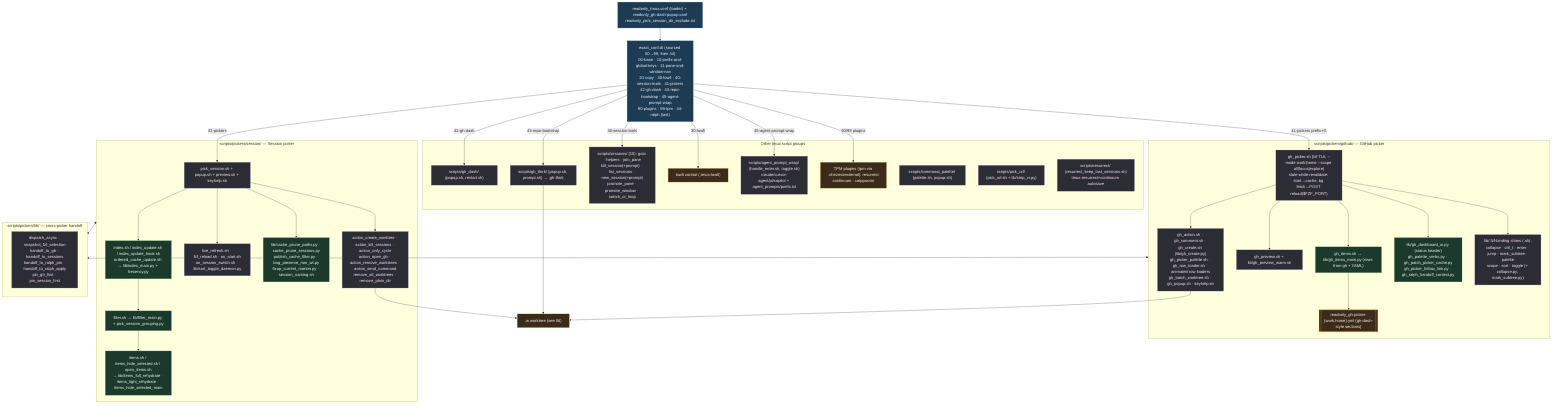
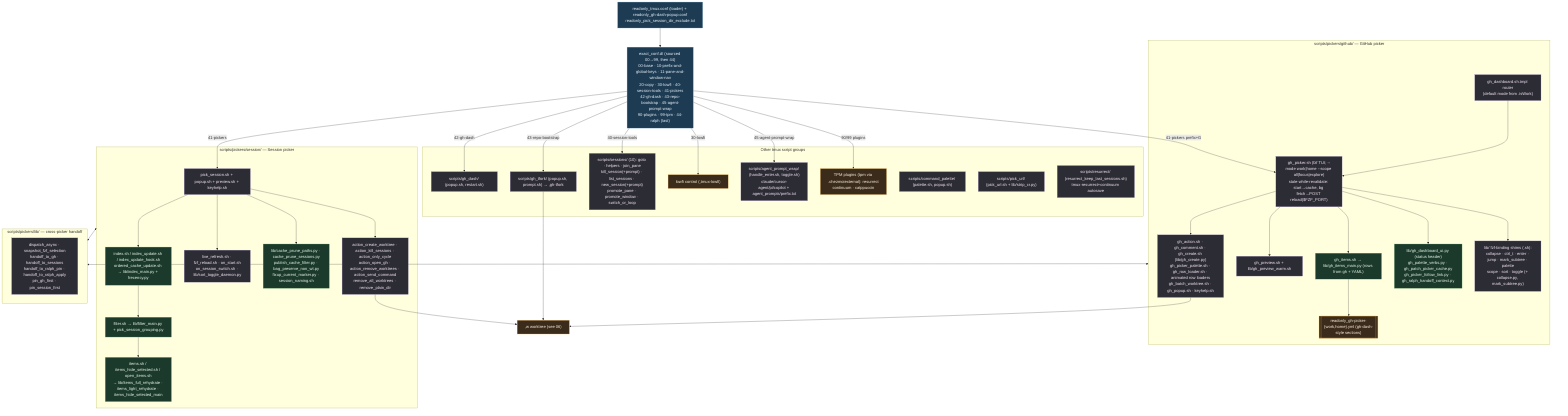
%% ============================================================================
- %% 05-tmux-pickers.mmd — Every file under home/dot_config/exact_tmux/ (118).
+ %% 05-tmux-pickers.mmd — Every file under home/dot_config/exact_tmux/ (119).
%% Loader sources conf.d/* in numeric order; scripts/ holds all integrations.
%% Deployed to ~/.config/tmux/. Prefix = C-Space.
%% ============================================================================
flowchart TD
    classDef conf fill:#1d3b53,stroke:#7fb3d5,color:#eaf2f8;
    classDef sh fill:#2c2c34,stroke:#b39ddb,color:#f3e5f5;
    classDef py fill:#1b3a2b,stroke:#81c784,color:#e8f5e9;
    classDef data fill:#3a2b1b,stroke:#ffb74d,color:#fff3e0;

    LOADER["readonly_tmux.conf (loader) + readonly_gh-dash-popup.conf<br/>readonly_pick_session_dir_exclude.txt"]:::conf
    LOADER --> CONFD["exact_conf.d/ (sourced 00→99, then 44)<br/>00-base · 10-prefix-and-global-keys · 11-pane-and-window-nav<br/>20-copy · 30-lowfi · 40-session-tools · 41-pickers<br/>42-gh-dash · 43-repo-bootstrap · 45-agent-prompt-wrap<br/>90-plugins · 99-tpm · 44-ralph (last)"]:::conf

    CONFD -->|41-pickers prefix+G| GHP
    CONFD -->|41-pickers| SESS
    CONFD -->|42-gh-dash| GHDASH
    CONFD -->|43-repo-bootstrap| TFORK
    CONFD -->|40-session-tools| SESSIONS
    CONFD -->|30-lowfi| LOWFI
    CONFD -->|45-agent-prompt-wrap| APW
    CONFD -->|90/99 plugins| PLUGINS

    subgraph GH["scripts/pickers/github/ — GitHub picker"]
+         GHROUTER["gh_dashboard.sh.tmpl router<br/>(default mode from .isWork)"]:::sh
        GHP["gh_picker.sh (fzf TUI; --mode work|home --scope all|focus|explore)<br/>stale-while-revalidate: start→cache, bg fetch→POST reload($FZF_PORT)"]:::sh
        GHITEMS["gh_items.sh → lib/gh_items_main.py (rows from gh + YAML)"]:::py
        GHCFG[["readonly_gh-picker-{work,home}.yml (gh-dash-style sections)"]]:::data
        GHPREV["gh_preview.sh + lib/gh_preview_warm.sh"]:::sh
        GHACT["gh_action.sh · gh_comment.sh · gh_create.sh (lib/gh_create.py)<br/>gh_picker_palette.sh · gh_row_loader.sh · animated row loaders<br/>gh_batch_worktree.sh · gh_popup.sh · keyhelp.sh"]:::sh
        GHUI["lib/gh_dashboard_ui.py (status header)<br/>gh_palette_verbs.py · gh_patch_picker_cache.py<br/>gh_picker_follow_link.py · gh_ralph_handoff_context.py"]:::py
        GHBIND["lib/ fzf-binding shims (.sh):<br/>collapse · ctrl_t · enter · jump · mark_subtree · palette<br/>scope · sort · toggle (+ collapse.py, mark_subtree.py)"]:::sh
-         GHP --> GHITEMS --> GHCFG
+         GHROUTER --> GHP --> GHITEMS --> GHCFG
        GHP --> GHPREV & GHACT & GHUI & GHBIND
    end

    subgraph SE["scripts/pickers/session/ — Session picker"]
        SESS["pick_session.sh + popup.sh + preview.sh + keyhelp.sh"]:::sh
        SIDX["index.sh / index_update.sh / index_update_hook.sh<br/>ordered_cache_update.sh → lib/index_main.py + frecency.py"]:::py
        SFILT["filter.sh → lib/filter_main.py + pick_session_grouping.py"]:::py
        SITEMS["items.sh / items_hide_selected.sh / open_items.sh<br/>→ lib/items_full_rehydrate · items_light_rehydrate · items_hide_selected_main"]:::py
        SLIVE["live_refresh.sh · fzf_reload.sh · on_start.sh<br/>on_session_switch.sh · lib/sort_toggle_daemon.py"]:::sh
        SCACHE["lib/cache_prune_paths.py · cache_prune_sessions.py<br/>publish_cache_filter.py · bag_preserve_non_wt.py<br/>fixup_current_marker.py · session_naming.sh"]:::py
        SACT["action_create_worktree · action_kill_sessions · action_only_cycle<br/>action_open_gh · action_remove_worktrees · action_send_command<br/>remove_all_worktrees · remove_plain_dir"]:::sh
        SESS --> SIDX --> SFILT --> SITEMS
        SESS --> SLIVE & SCACHE & SACT
    end

    subgraph PLIB["scripts/pickers/lib/ — cross-picker handoff"]
        HO["dispatch_async · snapshot_fzf_selection<br/>handoff_to_gh · handoff_to_sessions<br/>handoff_to_ralph_pin · handoff_to_ralph_apply<br/>pin_gh_first · pin_session_first"]:::sh
    end
    GH <--> PLIB
    SE <--> PLIB

    subgraph OTHER["Other tmux script groups"]
        SESSIONS["scripts/sessions/ (10): goto · helpers · join_pane<br/>kill_session(+prompt) · list_sessions · new_session(+prompt)<br/>promote_pane · promote_window · switch_or_loop"]:::sh
        GHDASH["scripts/gh_dash/ (popup.sh, restart.sh)"]:::sh
        TFORK["scripts/gh_tfork/ (popup.sh, prompt.sh) → ,gh-tfork"]:::sh
        CMDP["scripts/command_palette/ (palette.sh, popup.sh)"]:::sh
        PURL["scripts/pick_url/ (pick_url.sh + lib/strip_cr.py)"]:::sh
        APW["scripts/agent_prompt_wrap/ (handle_enter.sh, toggle.sh)<br/>claude/cursor-agent/pi/copilot + agent_prompts/prefix.txt"]:::sh
        RESUR["scripts/resurrect/ (resurrect_keep_last_sessions.sh)<br/>tmux-resurrect+continuum autosave"]:::sh
        LOWFI["lowfi control (,tmux-lowfi)"]:::data
        PLUGINS["TPM plugins (tpm via .chezmoiexternal): resurrect<br/>continuum · catppuccin"]:::data
    end
    SACT --> WLINK[",w worktree (see 06)"]:::data
    GHACT --> WLINK
    TFORK --> WLINK
